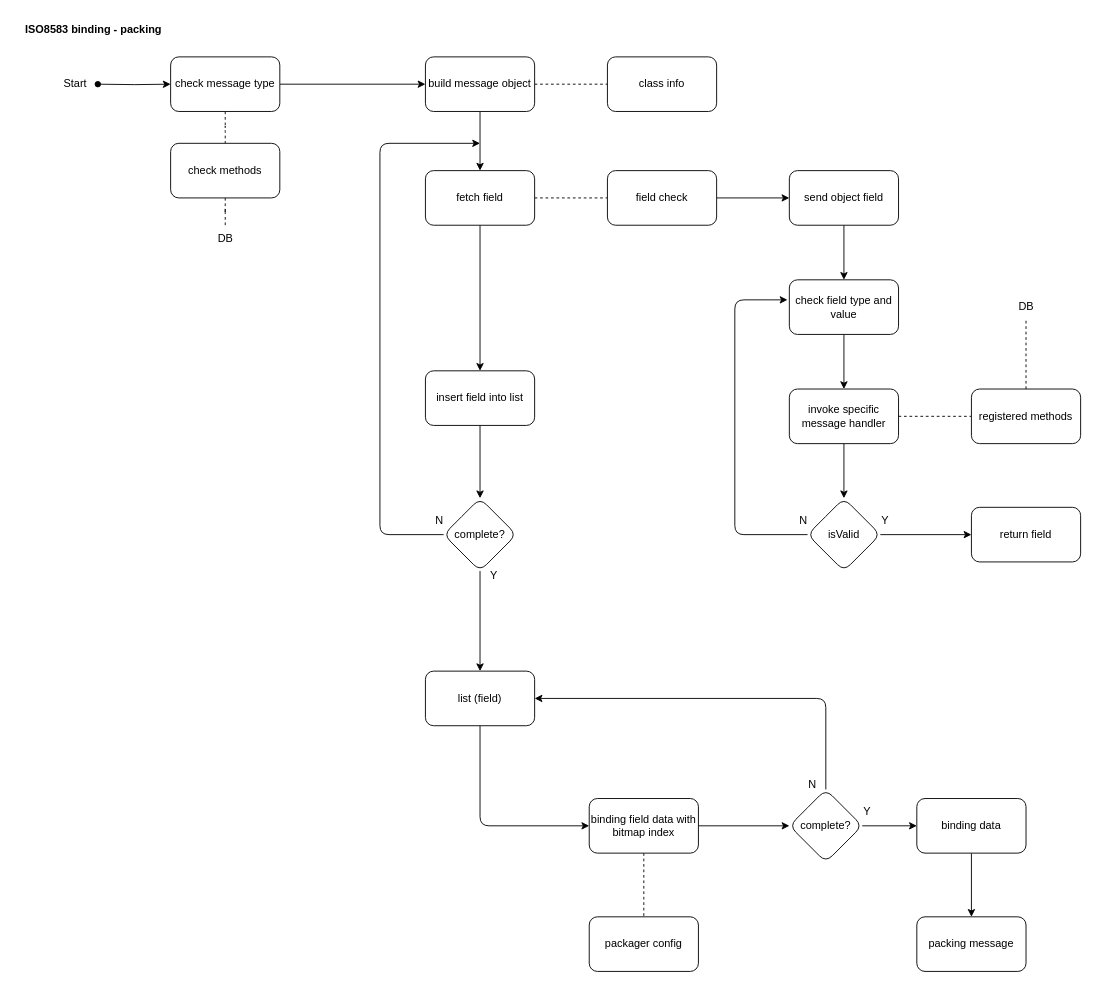
Earlier version of the draw.io diagram page "Page-4" (4 of 4) of ISO8583 binding-packing.drawio (PramudiaPutra/diagrams). Source tidied: cells renumbered, new cells numbered last; positions are measured from the earlier drawing's top-left corner, leaving out a move shared by most shapes. Both pictures are drawn from the tidied source at 91%, with x=0, y=0 at pixel (15, 15).
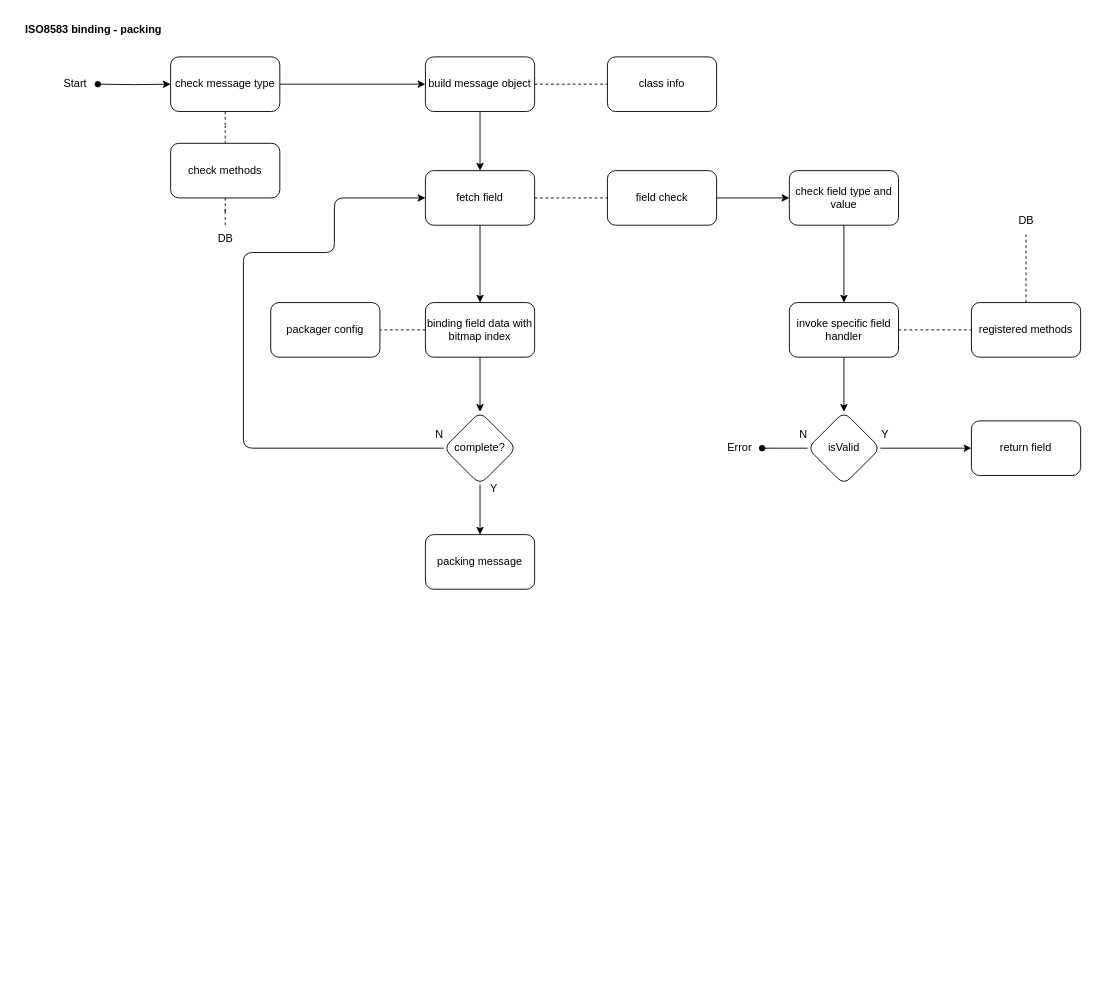
The same diagram, later.

The change refers to these unchanged cells:
```xml
<mxCell id="14" value="fetch field" style="rounded=1;whiteSpace=wrap;html=1;" parent="1" vertex="1">
  <mxGeometry x="450" y="170" width="120" height="60" as="geometry" />
</mxCell>
<mxCell id="53" value="field check" style="rounded=1;whiteSpace=wrap;html=1;" parent="1" vertex="1">
  <mxGeometry x="650" y="170" width="120" height="60" as="geometry" />
</mxCell>
```

Diff of the diagram source:
```diff
@@
-    <mxCell id="13" style="edgeStyle=orthogonalEdgeStyle;rounded=1;jettySize=auto;html=1;entryX=0.5;entryY=0;entryDx=0;entryDy=0;endArrow=classic;endFill=1;" parent="1" edge="1" source="14" target="44">
+    <mxCell id="13" style="edgeStyle=orthogonalEdgeStyle;rounded=1;jettySize=auto;html=1;entryX=0.5;entryY=0;entryDx=0;entryDy=0;endArrow=classic;endFill=1;" parent="1" edge="1" source="14" target="22">
       <mxGeometry relative="1" as="geometry" />
     </mxCell>
@@
-    <mxCell id="18" style="edgeStyle=orthogonalEdgeStyle;rounded=1;jettySize=auto;html=1;entryX=0;entryY=0.5;entryDx=0;entryDy=0;endArrow=classic;endFill=1;exitX=0.5;exitY=1;exitDx=0;exitDy=0;" parent="1" edge="1" source="19" target="22">
-      <mxGeometry relative="1" as="geometry" />
-    </mxCell>
-    <mxCell id="19" value="list (field)" style="whiteSpace=wrap;html=1;rounded=1;" parent="1" vertex="1">
-      <mxGeometry x="450" y="720" width="120" height="60" as="geometry" />
-    </mxCell>
@@
     <mxCell id="22" value="binding field data with bitmap index" style="whiteSpace=wrap;html=1;rounded=1;" parent="1" vertex="1">
-      <mxGeometry x="630" y="860" width="120" height="60" as="geometry" />
+      <mxGeometry x="450" y="315" width="120" height="60" as="geometry" />
     </mxCell>
     <mxCell id="23" value="packager config" style="whiteSpace=wrap;html=1;rounded=1;" parent="1" vertex="1">
-      <mxGeometry x="630" y="990" width="120" height="60" as="geometry" />
+      <mxGeometry x="280" y="315" width="120" height="60" as="geometry" />
     </mxCell>
-    <mxCell id="24" style="edgeStyle=orthogonalEdgeStyle;rounded=1;jettySize=auto;html=1;entryX=1;entryY=0.5;entryDx=0;entryDy=0;endArrow=classic;endFill=1;" parent="1" edge="1" source="26" target="19">
-      <mxGeometry relative="1" as="geometry">
-        <Array as="points">
-          <mxPoint x="890" y="750" />
-        </Array>
-      </mxGeometry>
-    </mxCell>
-    <mxCell id="25" style="edgeStyle=orthogonalEdgeStyle;rounded=1;jettySize=auto;html=1;endArrow=classic;endFill=1;" parent="1" edge="1" source="26" target="28">
-      <mxGeometry relative="1" as="geometry" />
-    </mxCell>
+    <mxCell id="58" style="edgeStyle=orthogonalEdgeStyle;rounded=1;jettySize=auto;html=1;endArrow=classic;endFill=1;" parent="1" edge="1" source="26" target="56">
+      <mxGeometry relative="1" as="geometry" />
+    </mxCell>
+    <mxCell id="59" style="edgeStyle=orthogonalEdgeStyle;rounded=1;jettySize=auto;html=1;entryX=0;entryY=0.5;entryDx=0;entryDy=0;endArrow=classic;endFill=1;" parent="1" edge="1" source="26" target="14">
+      <mxGeometry relative="1" as="geometry">
+        <Array as="points">
+          <mxPoint x="250" y="475" />
+          <mxPoint x="250" y="260" />
+          <mxPoint x="350" y="260" />
+          <mxPoint x="350" y="200" />
+        </Array>
+      </mxGeometry>
+    </mxCell>
     <mxCell id="26" value="complete?" style="rhombus;whiteSpace=wrap;html=1;rounded=1;" parent="1" vertex="1">
-      <mxGeometry x="850" y="850" width="80" height="80" as="geometry" />
+      <mxGeometry x="470" y="435" width="80" height="80" as="geometry" />
     </mxCell>
-    <mxCell id="27" style="edgeStyle=orthogonalEdgeStyle;rounded=1;jettySize=auto;html=1;endArrow=classic;endFill=1;" parent="1" edge="1" source="28" target="56">
-      <mxGeometry relative="1" as="geometry" />
-    </mxCell>
-    <mxCell id="28" value="binding data" style="whiteSpace=wrap;html=1;rounded=1;" parent="1" vertex="1">
-      <mxGeometry x="990" y="860" width="120" height="60" as="geometry" />
-    </mxCell>
-    <mxCell id="29" style="edgeStyle=orthogonalEdgeStyle;rounded=1;jettySize=auto;html=1;endArrow=classic;endFill=1;" parent="1" edge="1" source="30" target="32">
-      <mxGeometry relative="1" as="geometry" />
-    </mxCell>
-    <mxCell id="30" value="send object field" style="whiteSpace=wrap;html=1;rounded=1;" parent="1" vertex="1">
-      <mxGeometry x="849.9" y="170" width="120" height="60" as="geometry" />
-    </mxCell>
@@
     <mxCell id="32" value="check field type and value" style="whiteSpace=wrap;html=1;rounded=1;" parent="1" vertex="1">
-      <mxGeometry x="849.9" y="290" width="120" height="60" as="geometry" />
+      <mxGeometry x="849.9" y="170" width="120" height="60" as="geometry" />
     </mxCell>
     <mxCell id="33" style="edgeStyle=orthogonalEdgeStyle;rounded=1;jettySize=auto;html=1;dashed=1;endArrow=none;endFill=0;" parent="1" edge="1" source="35" target="37">
       <mxGeometry relative="1" as="geometry">
         <Array as="points">
-          <mxPoint x="1089.9" y="450" />
-          <mxPoint x="1089.9" y="450" />
+          <mxPoint x="1089.9" y="355" />
+          <mxPoint x="1089.9" y="355" />
         </Array>
       </mxGeometry>
     </mxCell>
@@
-    <mxCell id="35" value="invoke specific message handler" style="whiteSpace=wrap;html=1;rounded=1;" parent="1" vertex="1">
-      <mxGeometry x="849.9" y="410" width="120" height="60" as="geometry" />
+    <mxCell id="35" value="invoke specific field handler" style="whiteSpace=wrap;html=1;rounded=1;" parent="1" vertex="1">
+      <mxGeometry x="849.9" y="315" width="120" height="60" as="geometry" />
     </mxCell>
@@
     <mxCell id="37" value="registered methods" style="whiteSpace=wrap;html=1;rounded=1;" parent="1" vertex="1">
-      <mxGeometry x="1050" y="410" width="120" height="60" as="geometry" />
+      <mxGeometry x="1050" y="315" width="120" height="60" as="geometry" />
     </mxCell>
-    <mxCell id="38" style="edgeStyle=orthogonalEdgeStyle;rounded=1;jettySize=auto;html=1;entryX=-0.017;entryY=0.367;entryDx=0;entryDy=0;entryPerimeter=0;endArrow=classic;endFill=1;" parent="1" edge="1" source="40" target="32">
-      <mxGeometry relative="1" as="geometry">
-        <Array as="points">
-          <mxPoint x="790" y="570" />
-          <mxPoint x="790" y="312" />
-        </Array>
-      </mxGeometry>
-    </mxCell>
@@
+    <mxCell id="60" style="edgeStyle=orthogonalEdgeStyle;rounded=1;jettySize=auto;html=1;endArrow=oval;endFill=1;" parent="1" edge="1" source="40" target="62">
+      <mxGeometry relative="1" as="geometry" />
+    </mxCell>
     <mxCell id="40" value="isValid" style="rhombus;whiteSpace=wrap;html=1;rounded=1;" parent="1" vertex="1">
-      <mxGeometry x="869.9" y="530" width="80" height="80" as="geometry" />
+      <mxGeometry x="869.9" y="435" width="80" height="80" as="geometry" />
     </mxCell>
     <mxCell id="41" value="N" style="text;html=1;align=center;verticalAlign=middle;strokeColor=none;fillColor=none;" parent="1" vertex="1">
-      <mxGeometry x="849.9" y="540" width="30" height="30" as="geometry" />
+      <mxGeometry x="849.9" y="445" width="30" height="30" as="geometry" />
     </mxCell>
@@
-    <mxCell id="43" style="edgeStyle=orthogonalEdgeStyle;rounded=1;jettySize=auto;html=1;endArrow=classic;endFill=1;" parent="1" edge="1" source="44" target="47">
-      <mxGeometry relative="1" as="geometry" />
-    </mxCell>
-    <mxCell id="44" value="insert field into list" style="rounded=1;whiteSpace=wrap;html=1;" parent="1" vertex="1">
-      <mxGeometry x="450" y="390" width="120" height="60" as="geometry" />
-    </mxCell>
-    <mxCell id="45" style="edgeStyle=orthogonalEdgeStyle;rounded=1;jettySize=auto;html=1;endArrow=classic;endFill=1;exitX=0;exitY=0.5;exitDx=0;exitDy=0;" parent="1" edge="1" source="47">
-      <mxGeometry relative="1" as="geometry">
-        <mxPoint x="510" y="140" as="targetPoint" />
-        <Array as="points">
-          <mxPoint x="400" y="570" />
-          <mxPoint x="400" y="140" />
-          <mxPoint x="510" y="140" />
-        </Array>
-      </mxGeometry>
-    </mxCell>
-    <mxCell id="46" style="edgeStyle=orthogonalEdgeStyle;rounded=1;jettySize=auto;html=1;endArrow=classic;endFill=1;" parent="1" edge="1" source="47" target="19">
-      <mxGeometry relative="1" as="geometry" />
-    </mxCell>
-    <mxCell id="47" value="complete?" style="rhombus;whiteSpace=wrap;html=1;rounded=1;" parent="1" vertex="1">
-      <mxGeometry x="470" y="530" width="80" height="80" as="geometry" />
-    </mxCell>
-    <mxCell id="48" value="N" style="text;html=1;align=center;verticalAlign=middle;strokeColor=none;fillColor=none;" parent="1" vertex="1">
-      <mxGeometry x="450" y="540" width="30" height="30" as="geometry" />
-    </mxCell>
-    <mxCell id="49" value="Y" style="text;html=1;align=center;verticalAlign=middle;strokeColor=none;fillColor=none;" parent="1" vertex="1">
-      <mxGeometry x="510" y="600" width="30" height="30" as="geometry" />
-    </mxCell>
-    <mxCell id="50" value="N" style="text;html=1;align=center;verticalAlign=middle;strokeColor=none;fillColor=none;" parent="1" vertex="1">
-      <mxGeometry x="859.9" y="830" width="30" height="30" as="geometry" />
-    </mxCell>
-    <mxCell id="51" value="Y" style="text;html=1;align=center;verticalAlign=middle;strokeColor=none;fillColor=none;" parent="1" vertex="1">
-      <mxGeometry x="919.9" y="860" width="30" height="30" as="geometry" />
-    </mxCell>
-    <mxCell id="52" style="edgeStyle=orthogonalEdgeStyle;rounded=1;jettySize=auto;html=1;endArrow=classic;endFill=1;" parent="1" edge="1" source="53" target="30">
-      <mxGeometry relative="1" as="geometry" />
-    </mxCell>
+    <mxCell id="61" style="edgeStyle=orthogonalEdgeStyle;rounded=1;jettySize=auto;html=1;entryX=0;entryY=0.5;entryDx=0;entryDy=0;endArrow=classic;endFill=1;" parent="1" edge="1" source="53" target="32">
+      <mxGeometry relative="1" as="geometry" />
+    </mxCell>
@@
     <mxCell id="54" value="return field" style="whiteSpace=wrap;html=1;rounded=1;" parent="1" vertex="1">
-      <mxGeometry x="1050" y="540" width="120" height="60" as="geometry" />
+      <mxGeometry x="1050" y="445" width="120" height="60" as="geometry" />
     </mxCell>
     <mxCell id="55" value="Y" style="text;html=1;align=center;verticalAlign=middle;strokeColor=none;fillColor=none;" parent="1" vertex="1">
-      <mxGeometry x="939.9" y="540" width="30" height="30" as="geometry" />
+      <mxGeometry x="939.9" y="445" width="30" height="30" as="geometry" />
     </mxCell>
     <mxCell id="56" value="packing message" style="whiteSpace=wrap;html=1;rounded=1;" parent="1" vertex="1">
-      <mxGeometry x="990" y="990" width="120" height="60" as="geometry" />
+      <mxGeometry x="450" y="570" width="120" height="60" as="geometry" />
     </mxCell>
     <mxCell id="57" value="DB" style="text;html=1;align=center;verticalAlign=middle;points=[];strokeColor=none;fillColor=none;" parent="1" vertex="1">
-      <mxGeometry x="1090" y="305" width="40" height="30" as="geometry" />
+      <mxGeometry x="1090" y="210" width="40" height="30" as="geometry" />
     </mxCell>
+    <mxCell id="62" style="shape=waypoint;sketch=0;size=6;points=[];fillColor=default;perimeter=centerPerimeter;snapToPoint=1;rounded=1;" parent="1" vertex="1">
+      <mxGeometry x="810" y="465" width="20" height="20" as="geometry" />
+    </mxCell>
+    <mxCell id="63" value="Error" style="text;html=1;align=center;verticalAlign=middle;strokeColor=none;fillColor=none;" parent="1" vertex="1">
+      <mxGeometry x="770" y="460" width="50" height="30" as="geometry" />
+    </mxCell>
+    <mxCell id="64" value="N" style="text;html=1;align=center;verticalAlign=middle;strokeColor=none;fillColor=none;" parent="1" vertex="1">
+      <mxGeometry x="450" y="445" width="30" height="30" as="geometry" />
+    </mxCell>
+    <mxCell id="65" value="Y" style="text;html=1;align=center;verticalAlign=middle;strokeColor=none;fillColor=none;" parent="1" vertex="1">
+      <mxGeometry x="510" y="505" width="30" height="30" as="geometry" />
+    </mxCell>
```
